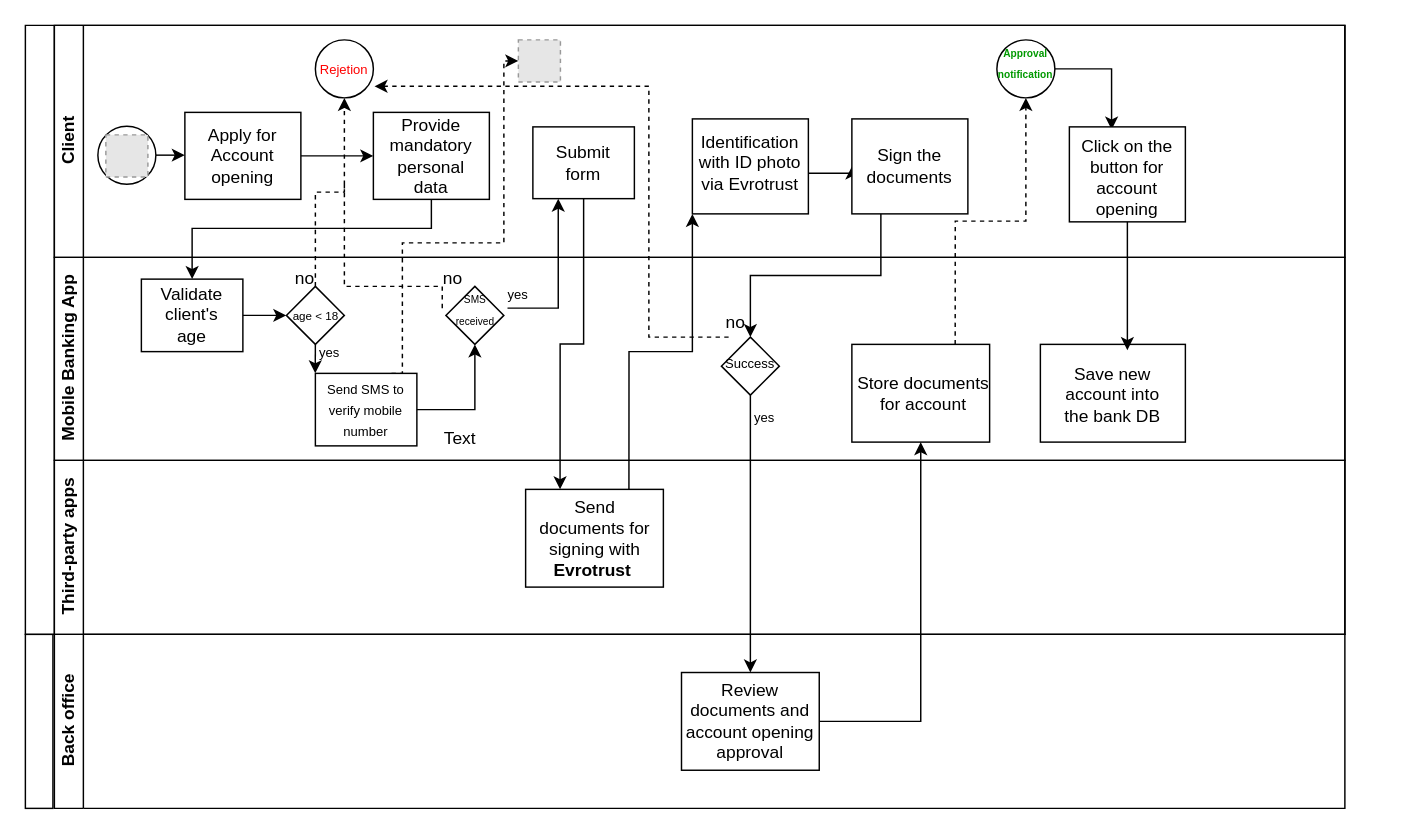
Above: Неозаглавена диаграма.drawio in marinazaykova/tutorials (draw.io), before the change. Source tidied: cells renumbered, new cells numbered last; positions are measured from the earlier drawing's top-left corner, leaving out a move shared by most shapes. Both pictures are drawn from the tidied source at 145%, with x=0, y=0 at pixel (25, 25). Pictures stored in the file or linked from it are replaced by grey dashed boxes.
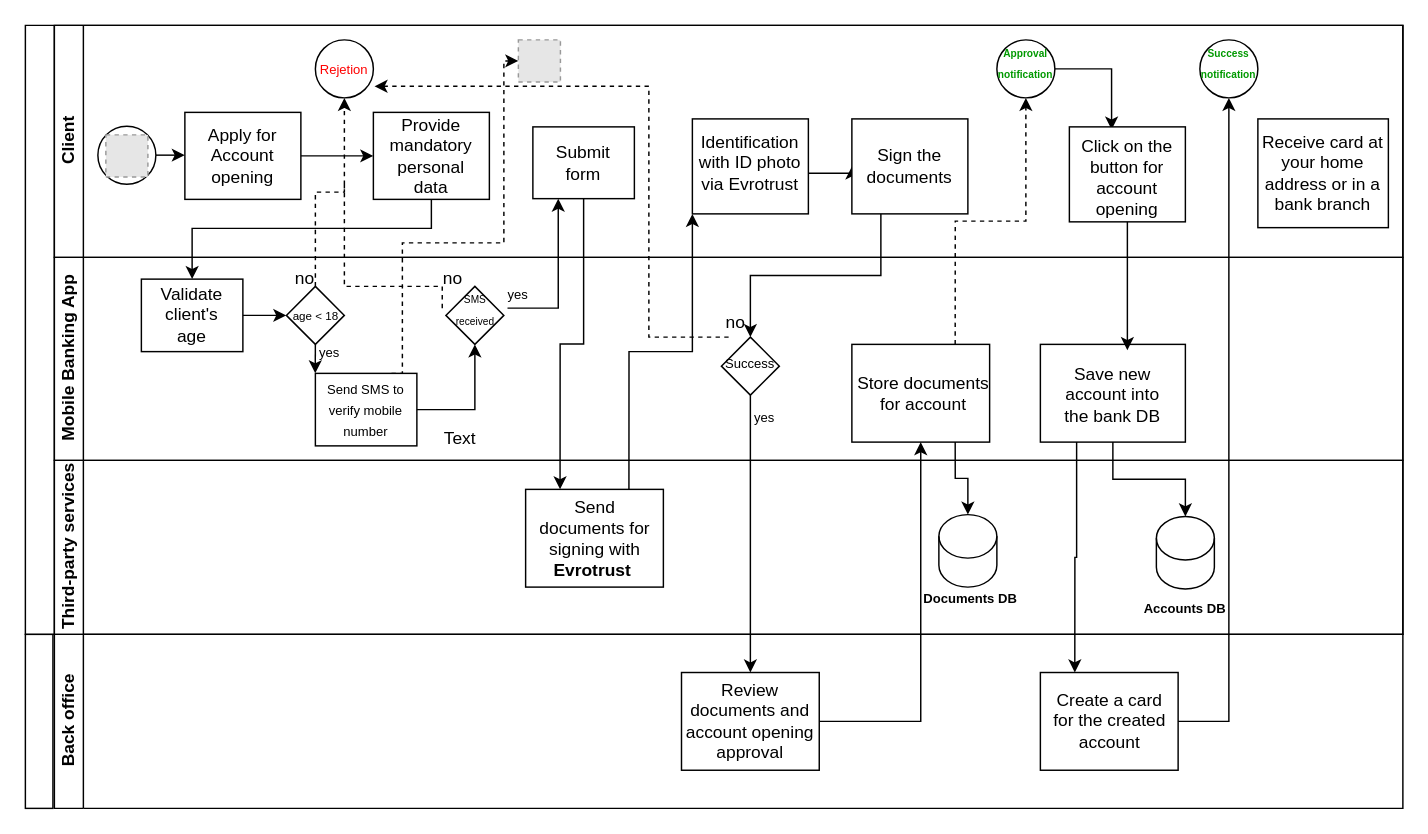
The same page after the edit.

Unchanged cells that the change refers to:
```xml
<mxCell id="47" style="rounded=0;whiteSpace=wrap;html=1;fontFamily=Helvetica;fontSize=12;fontColor=#000000;align=center;" parent="27" vertex="1">
  <mxGeometry x="550" y="60" width="95" height="67.4" as="geometry" />
</mxCell>
<mxCell id="49" style="rounded=0;whiteSpace=wrap;html=1;fontFamily=Helvetica;fontSize=12;fontColor=#000000;align=center;" parent="27" vertex="1">
  <mxGeometry x="680" y="60" width="100" height="67.4" as="geometry" />
</mxCell>
```

The edit, as a diff of the source:
```diff
@@
     <mxCell id="2" style="swimlane;html=1;horizontal=0;startSize=20;" parent="1" vertex="1">
-      <mxGeometry width="910" height="420" as="geometry" />
+      <mxGeometry width="950" height="420" as="geometry" />
     </mxCell>
     <mxCell id="3" value="Client" style="swimlane;html=1;startSize=20;horizontal=0;" parent="2" vertex="1">
-      <mxGeometry x="20" width="890" height="160" as="geometry" />
+      <mxGeometry x="20" width="930" height="160" as="geometry" />
     </mxCell>
@@
+    <mxCell id="72" style="rounded=0;whiteSpace=wrap;html=1;fontFamily=Helvetica;fontSize=12;fontColor=#000000;align=center;" parent="3" vertex="1">
+      <mxGeometry x="830" y="64.5" width="90" height="75" as="geometry" />
+    </mxCell>
+    <mxCell id="73" value="Receive card at your home address or in a bank branch" style="text;strokeColor=none;align=center;fillColor=none;html=1;verticalAlign=middle;whiteSpace=wrap;rounded=0;" parent="3" vertex="1">
+      <mxGeometry x="825" y="87" width="100" height="30" as="geometry" />
+    </mxCell>
+    <mxCell id="74" style="ellipse;whiteSpace=wrap;html=1;" parent="3" vertex="1">
+      <mxGeometry x="790" y="10" width="40" height="40" as="geometry" />
+    </mxCell>
+    <mxCell id="75" value="&lt;font color=&quot;#009900&quot; style=&quot;font-size: 7px;&quot;&gt;&lt;b&gt;Success notification&lt;/b&gt;&lt;/font&gt;" style="text;strokeColor=none;align=center;fillColor=none;html=1;verticalAlign=middle;whiteSpace=wrap;rounded=0;" parent="3" vertex="1">
+      <mxGeometry x="780" y="4.5" width="60" height="40" as="geometry" />
+    </mxCell>
     <mxCell id="27" value="Mobile Banking App" style="swimlane;html=1;startSize=20;horizontal=0;" parent="2" vertex="1">
-      <mxGeometry x="20" y="160" width="890" height="140" as="geometry" />
+      <mxGeometry x="20" y="160" width="930" height="140" as="geometry" />
     </mxCell>
@@
-    <mxCell id="52" value="Third-party apps" style="swimlane;html=1;startSize=20;horizontal=0;" parent="2" vertex="1">
-      <mxGeometry x="20" y="300" width="890" height="120" as="geometry" />
+    <mxCell id="52" value="Third-party services" style="swimlane;html=1;startSize=20;horizontal=0;" parent="2" vertex="1">
+      <mxGeometry x="20" y="300" width="930" height="120" as="geometry" />
     </mxCell>
@@
+    <mxCell id="76" style="shape=cylinder3;whiteSpace=wrap;html=1;boundedLbl=1;backgroundOutline=1;size=15;" parent="52" vertex="1">
+      <mxGeometry x="610" y="37.4" width="40" height="50" as="geometry" />
+    </mxCell>
+    <mxCell id="77" style="shape=cylinder3;whiteSpace=wrap;html=1;boundedLbl=1;backgroundOutline=1;size=15;" parent="52" vertex="1">
+      <mxGeometry x="760" y="38.7" width="40" height="50" as="geometry" />
+    </mxCell>
+    <mxCell id="78" value="&lt;font style=&quot;font-size: 9px;&quot;&gt;&lt;b&gt;Documents DB&lt;/b&gt;&lt;/font&gt;" style="text;strokeColor=none;align=center;fillColor=none;html=1;verticalAlign=middle;whiteSpace=wrap;rounded=0;" parent="52" vertex="1">
+      <mxGeometry x="597" y="80" width="70" height="30" as="geometry" />
+    </mxCell>
+    <mxCell id="79" value="&lt;font style=&quot;font-size: 9px;&quot;&gt;&lt;b&gt;Accounts DB&lt;/b&gt;&lt;/font&gt;" style="text;strokeColor=none;align=center;fillColor=none;html=1;verticalAlign=middle;whiteSpace=wrap;rounded=0;" parent="52" vertex="1">
+      <mxGeometry x="745" y="87.4" width="70" height="30" as="geometry" />
+    </mxCell>
@@
+    <mxCell id="80" style="edgeStyle=orthogonalEdgeStyle;rounded=0;jettySize=auto;html=1;exitX=0.75;exitY=1;exitDx=0;exitDy=0;entryX=0.5;entryY=0;entryDx=0;entryDy=0;entryPerimeter=0;" parent="2" edge="1" source="47" target="76">
+      <mxGeometry relative="1" as="geometry" />
+    </mxCell>
+    <mxCell id="81" style="edgeStyle=orthogonalEdgeStyle;rounded=0;jettySize=auto;html=1;exitX=0.5;exitY=1;exitDx=0;exitDy=0;entryX=0.5;entryY=0;entryDx=0;entryDy=0;entryPerimeter=0;" parent="2" edge="1" source="49" target="77">
+      <mxGeometry relative="1" as="geometry" />
+    </mxCell>
@@
     <mxCell id="66" value="Back office" style="swimlane;html=1;startSize=20;horizontal=0;" parent="1" vertex="1">
-      <mxGeometry x="20" y="420" width="890" height="120" as="geometry" />
+      <mxGeometry x="20" y="420" width="930" height="120" as="geometry" />
     </mxCell>
@@
+    <mxCell id="82" style="rounded=0;whiteSpace=wrap;html=1;fontFamily=Helvetica;fontSize=12;fontColor=#000000;align=center;" parent="66" vertex="1">
+      <mxGeometry x="680" y="26.3" width="95" height="67.4" as="geometry" />
+    </mxCell>
+    <mxCell id="83" value="Create a card for the created account" style="text;strokeColor=none;align=center;fillColor=none;html=1;verticalAlign=middle;whiteSpace=wrap;rounded=0;" parent="66" vertex="1">
+      <mxGeometry x="687.5" y="45" width="80" height="30" as="geometry" />
+    </mxCell>
@@
+    <mxCell id="84" style="edgeStyle=orthogonalEdgeStyle;rounded=0;jettySize=auto;html=1;exitX=0.25;exitY=1;exitDx=0;exitDy=0;entryX=0.25;entryY=0;entryDx=0;entryDy=0;" parent="1" edge="1" source="49" target="82">
+      <mxGeometry relative="1" as="geometry" />
+    </mxCell>
+    <mxCell id="85" style="edgeStyle=orthogonalEdgeStyle;rounded=0;jettySize=auto;html=1;exitX=1;exitY=0.5;exitDx=0;exitDy=0;entryX=0.5;entryY=1;entryDx=0;entryDy=0;" parent="1" edge="1" source="82" target="74">
+      <mxGeometry relative="1" as="geometry" />
+    </mxCell>
```
